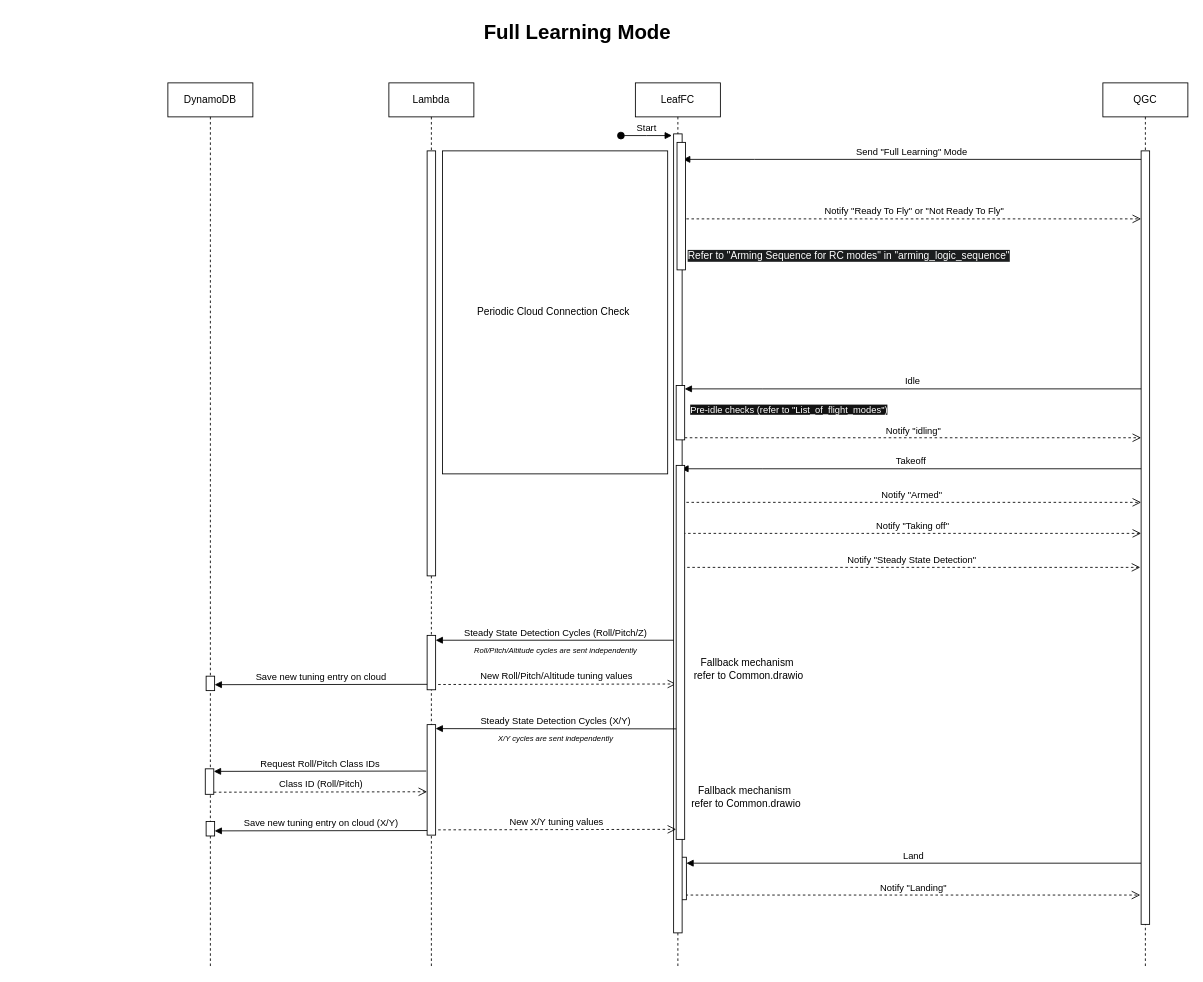
DroneLeaf/HEAR_wiki keeps this draw.io diagram as Guide/HEAR Software/Flight Modes/Modes Sequence Diagrams/Full learning mode.drawio. Above is the earlier version. Source tidied: cells renumbered, new cells numbered last; positions are measured from the earlier drawing's top-left corner, leaving out a move shared by most shapes. Both pictures are drawn from the tidied source at 85%, with x=0, y=0 at pixel (111, 14).
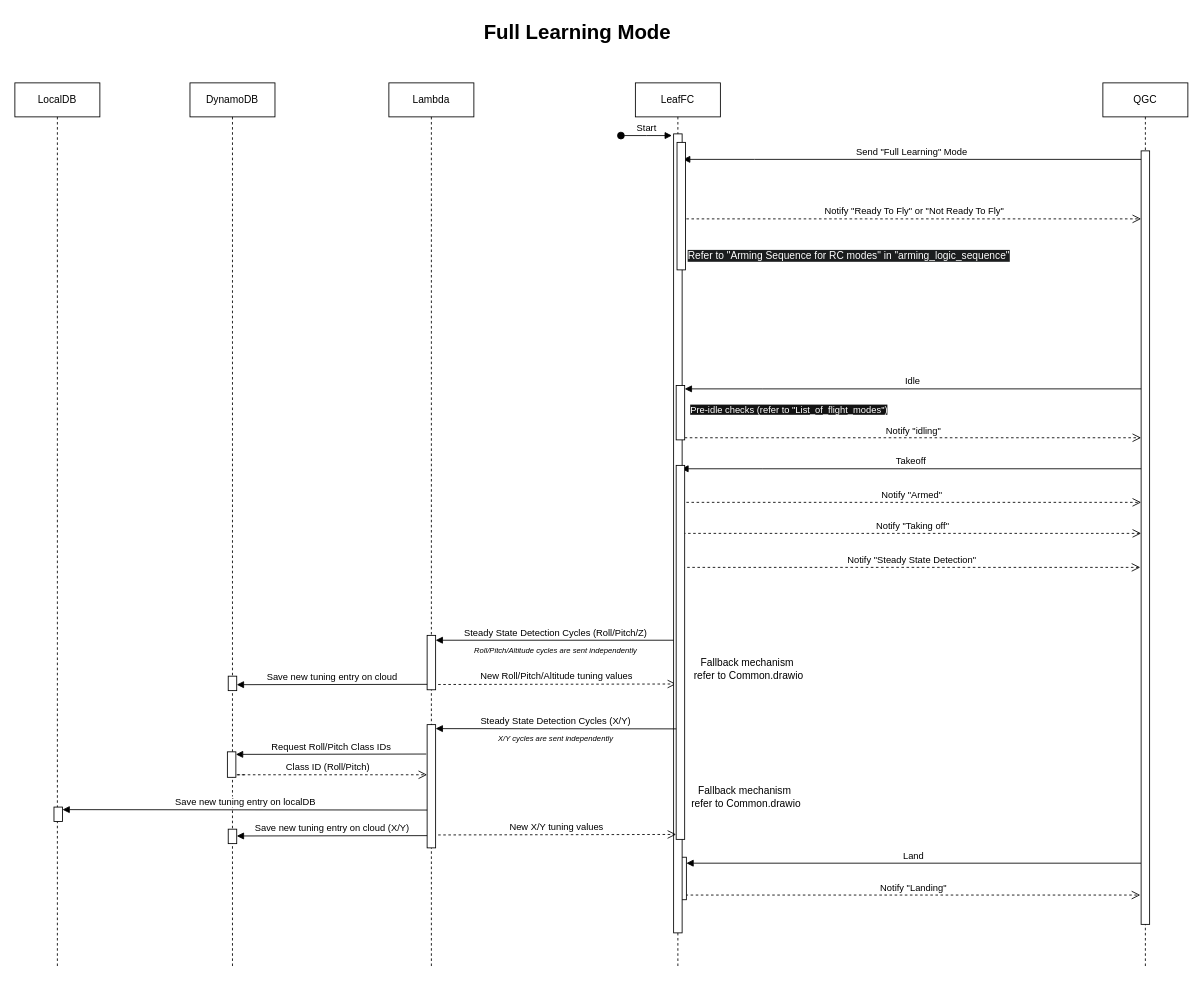
The same diagram, later.

Commit message (it also covers changes not shown here):
Modified Full Learning and X-Y learning sequence diagrams

- Removed periodic cloud healthcheck
- added localDB tuning save

Diff of the diagram source:
```diff
@@
-    <mxCell id="16" style="html=1;perimeter=orthogonalPerimeter;targetShapes=umlLifeline;newEdgeStyle={&quot;edgeStyle&quot;:&quot;elbowEdgeStyle&quot;,&quot;elbow&quot;:&quot;vertical&quot;,&quot;curved&quot;:0,&quot;rounded&quot;:0};" parent="1" vertex="1">
-      <mxGeometry x="371" y="160" width="10" height="500" as="geometry" />
-    </mxCell>
     <mxCell id="17" value="&lt;div&gt;DynamoDB&lt;/div&gt;" style="shape=umlLifeline;perimeter=lifelinePerimeter;whiteSpace=wrap;html=1;newEdgeStyle={&quot;edgeStyle&quot;:&quot;elbowEdgeStyle&quot;,&quot;elbow&quot;:&quot;vertical&quot;,&quot;curved&quot;:0,&quot;rounded&quot;:0};" parent="1" vertex="1">
-      <mxGeometry x="66" y="80" width="100" height="1040" as="geometry" />
+      <mxGeometry x="92" y="80" width="100" height="1040" as="geometry" />
     </mxCell>
@@
     <mxCell id="21" style="html=1;points=[];perimeter=orthogonalPerimeter;outlineConnect=0;targetShapes=umlLifeline;portConstraint=eastwest;newEdgeStyle={&quot;edgeStyle&quot;:&quot;elbowEdgeStyle&quot;,&quot;elbow&quot;:&quot;vertical&quot;,&quot;curved&quot;:0,&quot;rounded&quot;:0};" parent="1" vertex="1">
-      <mxGeometry x="111" y="778" width="10" height="17" as="geometry" />
+      <mxGeometry x="137" y="778" width="10" height="17" as="geometry" />
     </mxCell>
@@
-    <mxCell id="27" value="Periodic Cloud Connection Check&amp;nbsp;" style="rounded=0;whiteSpace=wrap;html=1;" parent="1" vertex="1">
-      <mxGeometry x="389" y="160" width="265" height="380" as="geometry" />
-    </mxCell>
@@
     <mxCell id="34" style="html=1;perimeter=orthogonalPerimeter;targetShapes=umlLifeline;newEdgeStyle={&quot;edgeStyle&quot;:&quot;elbowEdgeStyle&quot;,&quot;elbow&quot;:&quot;vertical&quot;,&quot;curved&quot;:0,&quot;rounded&quot;:0};" parent="1" vertex="1">
-      <mxGeometry x="371" y="835" width="10" height="130" as="geometry" />
+      <mxGeometry x="371" y="835" width="10" height="145" as="geometry" />
     </mxCell>
@@
     <mxCell id="36" value="New X/Y tuning values" style="html=1;verticalAlign=bottom;endArrow=open;dashed=1;endSize=8;edgeStyle=elbowEdgeStyle;elbow=vertical;curved=0;rounded=0;" parent="1" edge="1">
       <mxGeometry relative="1" as="geometry">
-        <mxPoint x="384" y="958.8" as="sourcePoint" />
-        <mxPoint x="664" y="958.2" as="targetPoint" />
+        <mxPoint x="384" y="964.8" as="sourcePoint" />
+        <mxPoint x="664" y="964.2" as="targetPoint" />
         <Array as="points">
-          <mxPoint x="264" y="958.2" />
+          <mxPoint x="264" y="964.2" />
         </Array>
       </mxGeometry>
     </mxCell>
     <mxCell id="37" value="Save new tuning entry on cloud (X/Y)" style="html=1;verticalAlign=bottom;endArrow=block;edgeStyle=elbowEdgeStyle;elbow=vertical;curved=0;rounded=0;" parent="1" edge="1" target="38">
       <mxGeometry relative="1" as="geometry">
-        <mxPoint x="371" y="959.6" as="sourcePoint" />
+        <mxPoint x="371" y="965.6" as="sourcePoint" />
       </mxGeometry>
     </mxCell>
     <mxCell id="38" style="html=1;points=[];perimeter=orthogonalPerimeter;outlineConnect=0;targetShapes=umlLifeline;portConstraint=eastwest;newEdgeStyle={&quot;edgeStyle&quot;:&quot;elbowEdgeStyle&quot;,&quot;elbow&quot;:&quot;vertical&quot;,&quot;curved&quot;:0,&quot;rounded&quot;:0};" parent="1" vertex="1">
-      <mxGeometry x="111" y="949" width="10" height="17" as="geometry" />
+      <mxGeometry x="137" y="958" width="10" height="17" as="geometry" />
     </mxCell>
@@
     <mxCell id="40" value="Request Roll/Pitch Class IDs" style="html=1;verticalAlign=bottom;endArrow=block;edgeStyle=elbowEdgeStyle;elbow=vertical;curved=0;rounded=0;" parent="1" edge="1" target="41">
       <mxGeometry relative="1" as="geometry">
-        <mxPoint x="370" y="889.6" as="sourcePoint" />
+        <mxPoint x="370" y="869.6" as="sourcePoint" />
         <Array as="points">
-          <mxPoint x="116" y="890" />
+          <mxPoint x="116" y="870" />
         </Array>
       </mxGeometry>
     </mxCell>
     <mxCell id="41" style="html=1;points=[];perimeter=orthogonalPerimeter;outlineConnect=0;targetShapes=umlLifeline;portConstraint=eastwest;newEdgeStyle={&quot;edgeStyle&quot;:&quot;elbowEdgeStyle&quot;,&quot;elbow&quot;:&quot;vertical&quot;,&quot;curved&quot;:0,&quot;rounded&quot;:0};" parent="1" vertex="1">
-      <mxGeometry x="110" y="887" width="10" height="30" as="geometry" />
+      <mxGeometry x="136" y="867" width="10" height="30" as="geometry" />
     </mxCell>
     <mxCell id="42" value="Class ID (Roll/Pitch)" style="html=1;verticalAlign=bottom;endArrow=open;dashed=1;endSize=8;edgeStyle=elbowEdgeStyle;elbow=vertical;curved=0;rounded=0;" parent="1" edge="1">
       <mxGeometry relative="1" as="geometry">
-        <mxPoint x="120" y="914.5" as="sourcePoint" />
-        <mxPoint x="371" y="914" as="targetPoint" />
+        <mxPoint x="156" y="894" as="sourcePoint" />
+        <mxPoint x="371" y="894" as="targetPoint" />
         <Array as="points">
-          <mxPoint y="914" />
+          <mxPoint x="146" y="894" />
         </Array>
       </mxGeometry>
     </mxCell>
@@
+    <mxCell id="45" value="&lt;div&gt;LocalDB&lt;/div&gt;" style="shape=umlLifeline;perimeter=lifelinePerimeter;whiteSpace=wrap;html=1;newEdgeStyle={&quot;edgeStyle&quot;:&quot;elbowEdgeStyle&quot;,&quot;elbow&quot;:&quot;vertical&quot;,&quot;curved&quot;:0,&quot;rounded&quot;:0};" parent="1" vertex="1">
+      <mxGeometry x="-114" y="80" width="100" height="1040" as="geometry" />
+    </mxCell>
+    <mxCell id="46" value="Save new tuning entry on localDB" style="html=1;verticalAlign=bottom;endArrow=block;edgeStyle=elbowEdgeStyle;elbow=vertical;curved=0;rounded=0;" parent="1" edge="1">
+      <mxGeometry relative="1" as="geometry">
+        <mxPoint x="371" y="935.5" as="sourcePoint" />
+        <mxPoint x="-58" y="935.4" as="targetPoint" />
+      </mxGeometry>
+    </mxCell>
+    <mxCell id="47" style="html=1;perimeter=orthogonalPerimeter;targetShapes=umlLifeline;newEdgeStyle={&quot;edgeStyle&quot;:&quot;elbowEdgeStyle&quot;,&quot;elbow&quot;:&quot;vertical&quot;,&quot;curved&quot;:0,&quot;rounded&quot;:0};" parent="1" vertex="1">
+      <mxGeometry x="-68" y="932" width="10" height="17" as="geometry" />
+    </mxCell>
```
